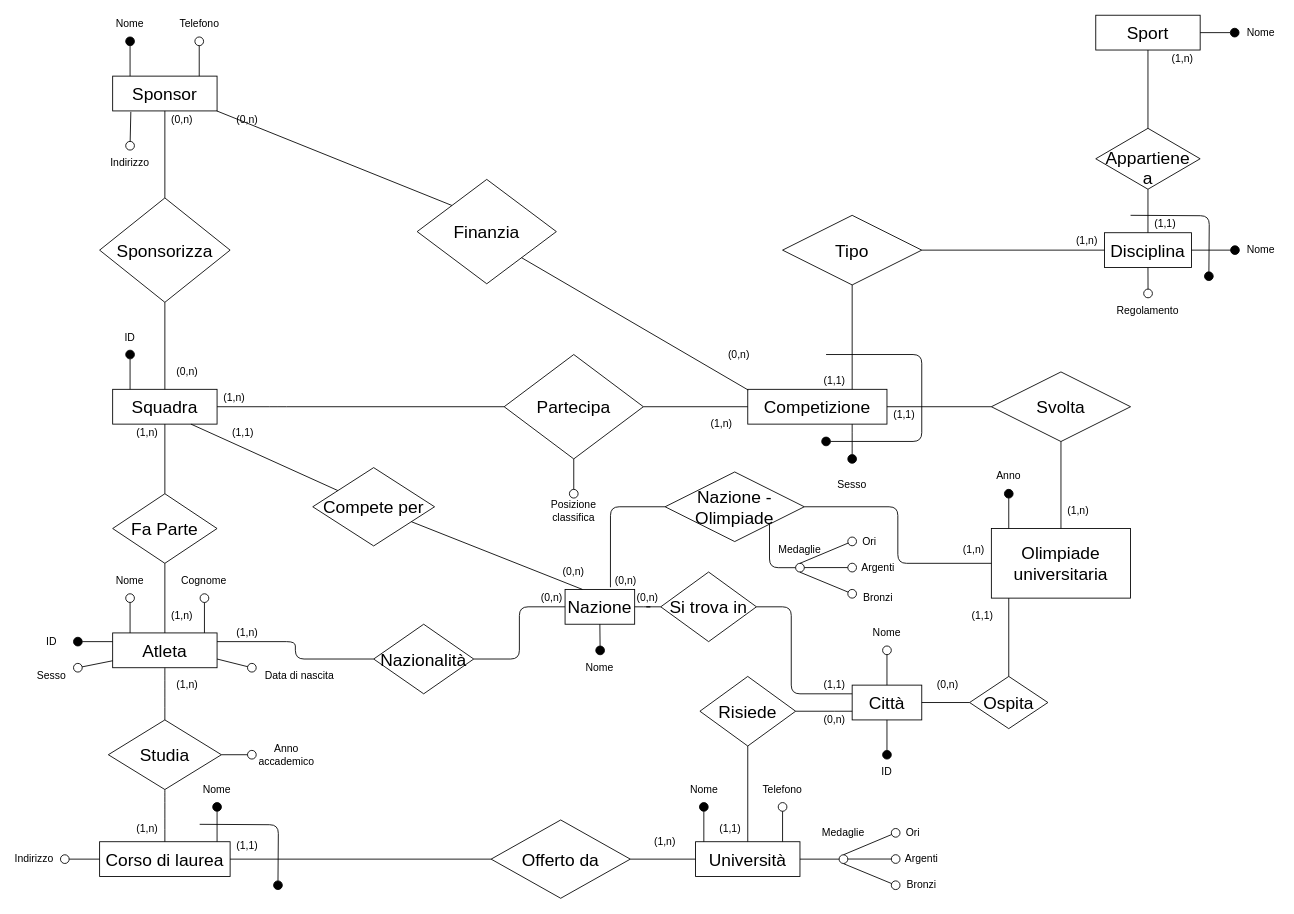
Earlier version of the draw.io diagram page "Schema E-R ristrutturato" (1 of 7) of Olimpiadi studentesche.drawio (giovannivelludo/database-project). Source tidied: cells renumbered, new cells numbered last; positions are measured from the earlier drawing's top-left corner, leaving out a move shared by most shapes. Both pictures are drawn from the tidied source at 87%, with x=0, y=0 at pixel (17, 15).
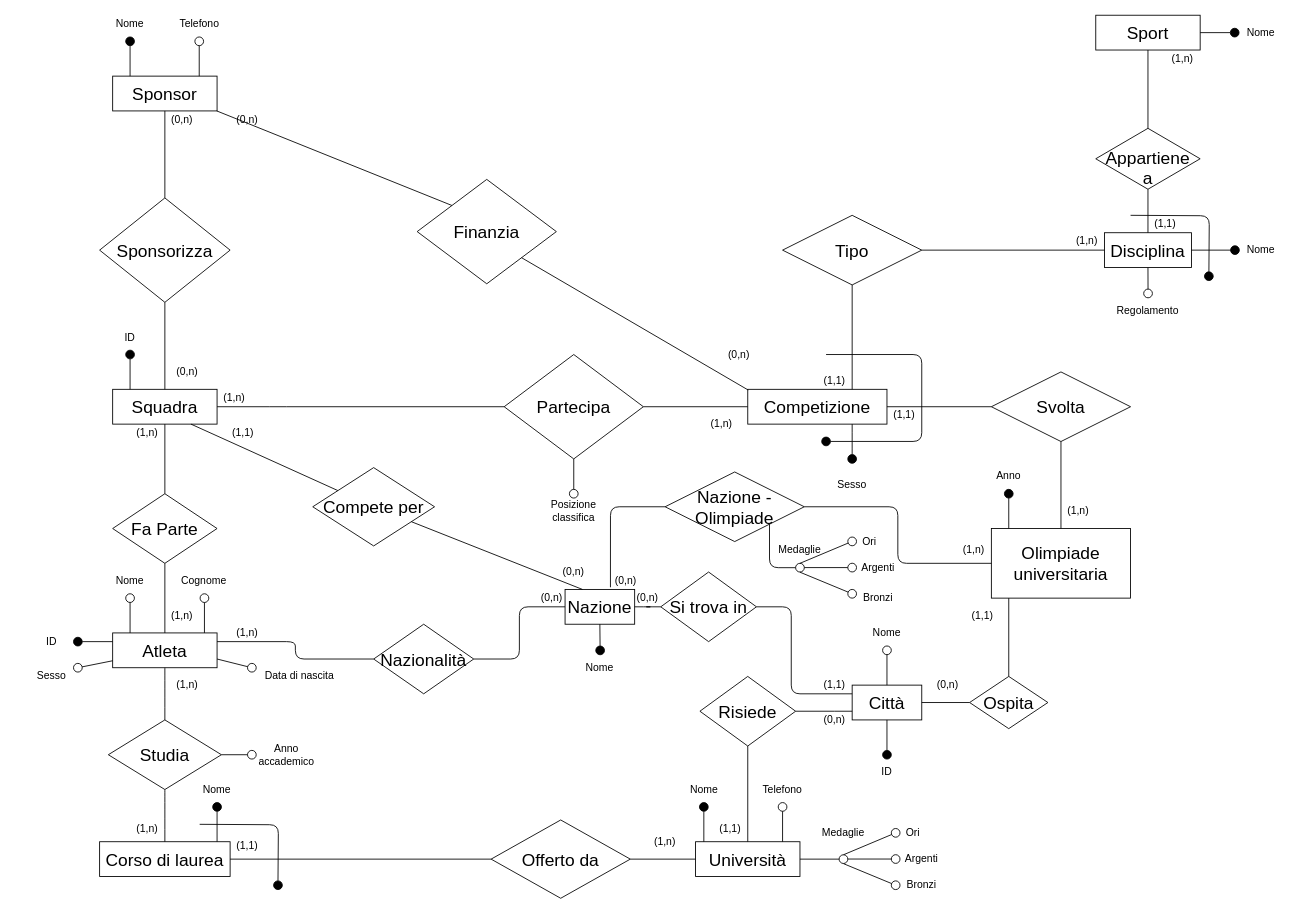
Above is the later version.

Commit message (it also covers changes not shown here):
tolto attr. indirizzo

Unchanged cells that the change refers to:
```xml
<mxCell id="30" value="&lt;font style=&quot;font-size: 20px&quot;&gt;Sponsor&lt;/font&gt;" style="rounded=0;whiteSpace=wrap;html=1;fillColor=none;" parent="1" vertex="1">
  <mxGeometry x="110" y="70" width="120" height="40" as="geometry" />
</mxCell>
```

Change to the diagram source:
```diff
@@
-    <mxCell id="76" style="endArrow=oval;html=1;endFill=0;endSize=10;exitX=0.174;exitY=1.028;exitDx=0;exitDy=0;exitPerimeter=0;" parent="1" edge="1" source="30">
-      <mxGeometry relative="1" as="geometry">
-        <mxPoint x="130" y="150" as="targetPoint" />
-      </mxGeometry>
-    </mxCell>
-    <mxCell id="77" value="Indirizzo" style="text;html=1;align=center;verticalAlign=middle;whiteSpace=wrap;rounded=0;" parent="1" vertex="1">
-      <mxGeometry x="110" y="160" width="40" height="20" as="geometry" />
-    </mxCell>
@@
-    <mxCell id="94" value="Indirizzo" style="text;html=1;align=center;verticalAlign=middle;whiteSpace=wrap;rounded=0;" parent="1" vertex="1">
-      <mxGeometry y="960" width="40" height="20" as="geometry" />
-    </mxCell>
-    <mxCell id="95" style="rounded=1;orthogonalLoop=1;jettySize=auto;html=1;endArrow=oval;endFill=0;endSize=10;" parent="1" edge="1">
-      <mxGeometry relative="1" as="geometry">
-        <mxPoint x="95" y="970" as="sourcePoint" />
-        <mxPoint x="55" y="970" as="targetPoint" />
-      </mxGeometry>
-    </mxCell>
```
